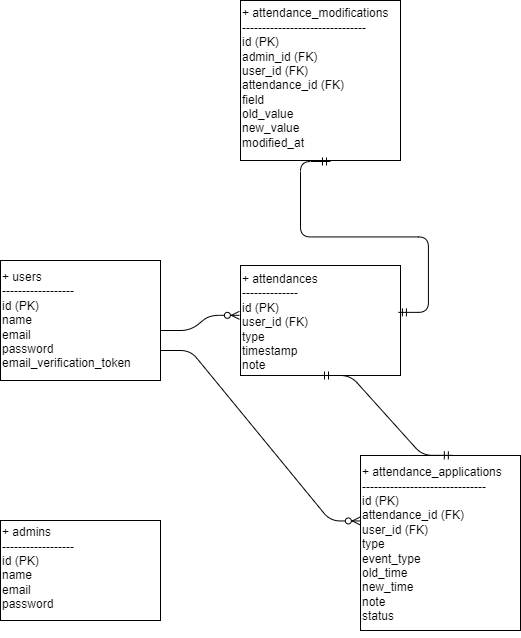
Earlier version of the draw.io export ER.drawio.png (adashinobobuko/coachtech-stamping-system). Source tidied: cells renumbered, new cells last; positions are measured from the earlier drawing's top-left corner, leaving out a move shared by most shapes.
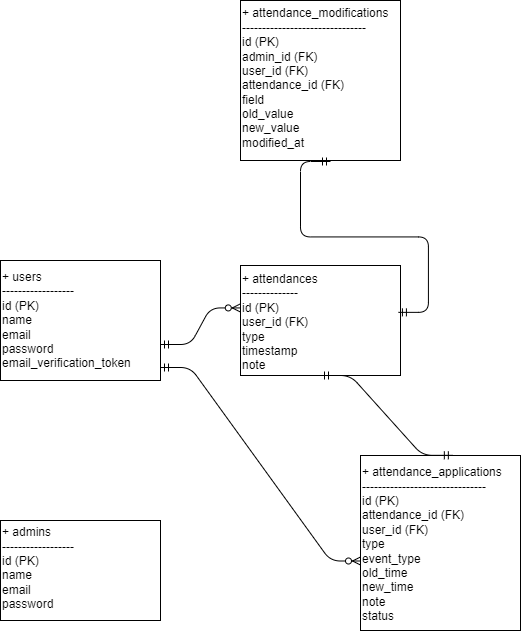
The same diagram one commit later.

The edit, as a diff of the source:
```diff
@@ -35,14 +35,6 @@
     <mxCell id="12" value="&lt;div&gt;&lt;font color=&quot;#000000&quot;&gt;+ attendance_modifications&lt;/font&gt;&lt;/div&gt;&lt;div&gt;&lt;font color=&quot;#000000&quot;&gt;-------------------------------&lt;/font&gt;&lt;/div&gt;&lt;div&gt;&lt;font color=&quot;#000000&quot;&gt;id (PK)&lt;/font&gt;&lt;/div&gt;&lt;div&gt;&lt;font color=&quot;#000000&quot;&gt;admin_id (FK)&lt;/font&gt;&lt;/div&gt;&lt;div&gt;&lt;font color=&quot;#000000&quot;&gt;user_id (FK)&lt;/font&gt;&lt;/div&gt;&lt;div&gt;&lt;font color=&quot;#000000&quot;&gt;attendance_id (FK)&lt;/font&gt;&lt;/div&gt;&lt;div&gt;&lt;font color=&quot;#000000&quot;&gt;field&lt;/font&gt;&lt;/div&gt;&lt;div&gt;&lt;font color=&quot;#000000&quot;&gt;old_value&lt;/font&gt;&lt;/div&gt;&lt;div&gt;&lt;font color=&quot;#000000&quot;&gt;new_value&lt;/font&gt;&lt;/div&gt;&lt;div&gt;&lt;font color=&quot;#000000&quot;&gt;modified_at&lt;/font&gt;&lt;/div&gt;&lt;div&gt;&lt;br&gt;&lt;/div&gt;" style="text;html=1;align=left;verticalAlign=middle;whiteSpace=wrap;rounded=0;" parent="1" vertex="1">
       <mxGeometry x="240" y="70" width="150" height="30" as="geometry" />
     </mxCell>
-    <mxCell id="13" style="edgeStyle=entityRelationEdgeStyle;fontSize=12;html=1;endArrow=ERzeroToMany;endFill=1;entryX=-0.007;entryY=0.453;entryDx=0;entryDy=0;entryPerimeter=0;" parent="1" edge="1" target="3">
-      <mxGeometry relative="1" as="geometry">
-        <mxPoint x="160" y="330" as="sourcePoint" />
-      </mxGeometry>
-    </mxCell>
-    <mxCell id="14" style="edgeStyle=entityRelationEdgeStyle;fontSize=12;html=1;endArrow=ERzeroToMany;endFill=1;entryX=-0.001;entryY=0.374;entryDx=0;entryDy=0;entryPerimeter=0;exitX=1;exitY=0.75;exitDx=0;exitDy=0;" parent="1" edge="1" source="4" target="2">
-      <mxGeometry relative="1" as="geometry" />
-    </mxCell>
     <mxCell id="15" style="edgeStyle=entityRelationEdgeStyle;fontSize=12;html=1;endArrow=ERmandOne;startArrow=ERmandOne;entryX=0.5;entryY=1;entryDx=0;entryDy=0;exitX=0.574;exitY=-0.001;exitDx=0;exitDy=0;exitPerimeter=0;" parent="1" edge="1" source="2" target="3">
       <mxGeometry relative="1" as="geometry" />
     </mxCell>
@@ -51,5 +43,15 @@
         <mxPoint x="330" y="161" as="targetPoint" />
       </mxGeometry>
     </mxCell>
+    <mxCell id="17" style="edgeStyle=entityRelationEdgeStyle;fontSize=12;html=1;endArrow=ERzeroToMany;startArrow=ERmandOne;entryX=-0.002;entryY=-0.219;entryDx=0;entryDy=0;entryPerimeter=0;" parent="1" edge="1" target="7">
+      <mxGeometry relative="1" as="geometry">
+        <mxPoint x="160" y="344" as="sourcePoint" />
+      </mxGeometry>
+    </mxCell>
+    <mxCell id="18" style="edgeStyle=entityRelationEdgeStyle;fontSize=12;html=1;endArrow=ERzeroToMany;startArrow=ERmandOne;entryX=0;entryY=0.75;entryDx=0;entryDy=0;" parent="1" edge="1" target="10">
+      <mxGeometry relative="1" as="geometry">
+        <mxPoint x="160" y="367" as="sourcePoint" />
+      </mxGeometry>
+    </mxCell>
   </root>
 </mxGraphModel>
```
